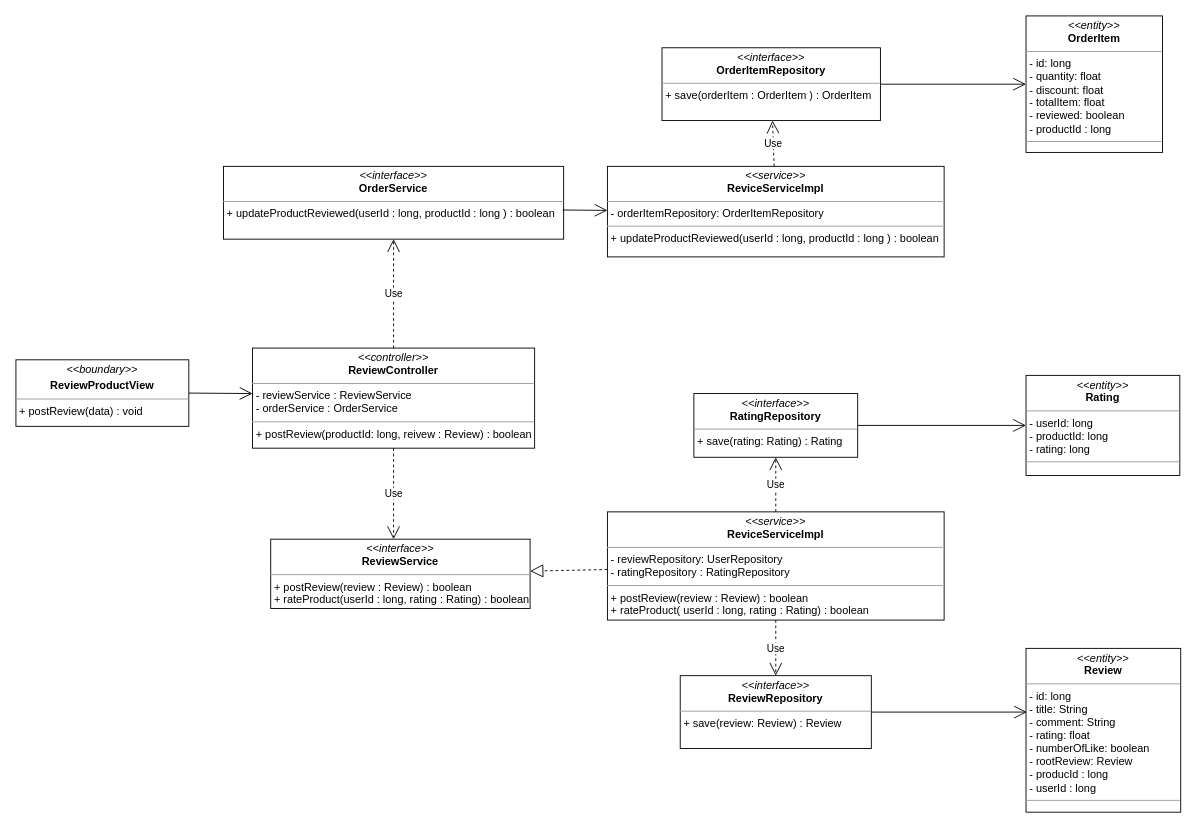
Earlier version of the draw.io diagram class diagram/review-product-class-diagram.drawio (nguyenphamvan/datn_20202). Source tidied: cells renumbered, new cells numbered last; positions are measured from the earlier drawing's top-left corner, leaving out a move shared by most shapes. Both pictures are drawn from the tidied source at 91%, with x=0, y=0 at pixel (15, 15).
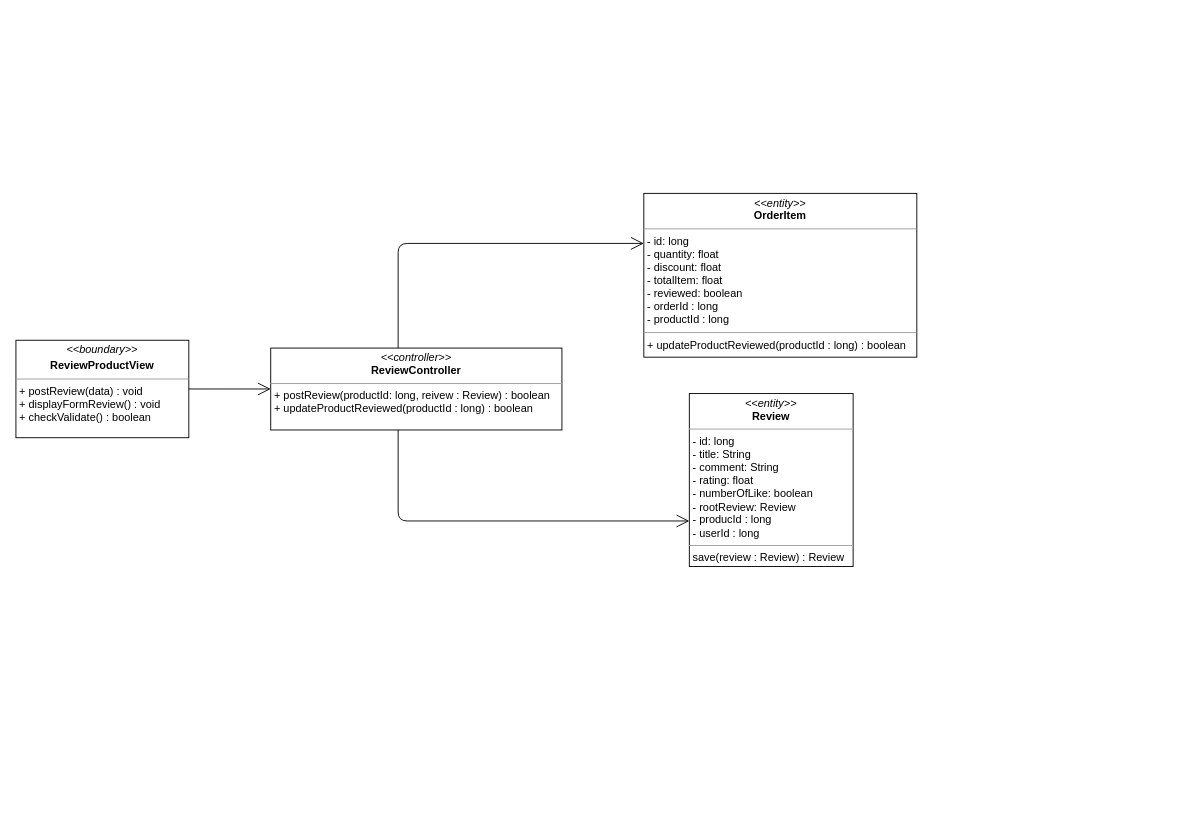
The same diagram, later.

The edit, as a diff of the source:
```diff
@@
-    <mxCell id="2" value="&lt;p style=&quot;margin: 0px ; margin-top: 4px ; text-align: center&quot;&gt;&lt;i&gt;&amp;lt;&amp;lt;boundary&amp;gt;&amp;gt;&lt;/i&gt;&lt;/p&gt;&lt;p style=&quot;margin: 0px ; margin-top: 4px ; text-align: center&quot;&gt;&lt;b&gt;ReviewProductView&lt;/b&gt;&lt;/p&gt;&lt;hr size=&quot;1&quot;&gt;&lt;p style=&quot;margin: 0px ; margin-left: 4px&quot;&gt;&lt;span&gt;+ postReview(data) : void&lt;/span&gt;&lt;br&gt;&lt;/p&gt;" style="verticalAlign=top;align=left;overflow=fill;fontSize=12;fontFamily=Helvetica;html=1;" parent="1" vertex="1">
-      <mxGeometry y="377.9" width="190" height="73.1" as="geometry" />
+    <mxCell id="2" value="&lt;p style=&quot;margin: 0px ; margin-top: 4px ; text-align: center&quot;&gt;&lt;i&gt;&amp;lt;&amp;lt;boundary&amp;gt;&amp;gt;&lt;/i&gt;&lt;/p&gt;&lt;p style=&quot;margin: 0px ; margin-top: 4px ; text-align: center&quot;&gt;&lt;b&gt;ReviewProductView&lt;/b&gt;&lt;/p&gt;&lt;hr size=&quot;1&quot;&gt;&lt;p style=&quot;margin: 0px ; margin-left: 4px&quot;&gt;&lt;span&gt;+ postReview(data) : void&lt;/span&gt;&lt;br&gt;&lt;/p&gt;&lt;p style=&quot;margin: 0px ; margin-left: 4px&quot;&gt;&lt;span&gt;+ displayFormReview() : void&lt;/span&gt;&lt;/p&gt;&lt;p style=&quot;margin: 0px ; margin-left: 4px&quot;&gt;+ checkValidate() : boolean&lt;/p&gt;" style="verticalAlign=top;align=left;overflow=fill;fontSize=12;fontFamily=Helvetica;html=1;" parent="1" vertex="1">
+      <mxGeometry y="356.4" width="190" height="107.1" as="geometry" />
     </mxCell>
-    <mxCell id="3" value="&lt;p style=&quot;margin: 0px ; margin-top: 4px ; text-align: center&quot;&gt;&lt;i&gt;&amp;lt;&amp;lt;interface&amp;gt;&amp;gt;&lt;/i&gt;&lt;br&gt;&lt;b&gt;OrderService&lt;/b&gt;&lt;/p&gt;&lt;hr size=&quot;1&quot;&gt;&lt;p style=&quot;margin: 0px ; margin-left: 4px&quot;&gt;&lt;span&gt;+ updateProductReviewed(userId : long, productId : long ) : boolean&lt;/span&gt;&lt;br&gt;&lt;/p&gt;" style="verticalAlign=top;align=left;overflow=fill;fontSize=12;fontFamily=Helvetica;html=1;" parent="1" vertex="1">
-      <mxGeometry x="228.1" y="165.3" width="373.8" height="80" as="geometry" />
-    </mxCell>
-    <mxCell id="4" value="&lt;p style=&quot;margin: 0px ; margin-top: 4px ; text-align: center&quot;&gt;&lt;i&gt;&amp;lt;&amp;lt;entity&amp;gt;&amp;gt;&lt;/i&gt;&lt;br&gt;&lt;b&gt;OrderItem&lt;/b&gt;&lt;/p&gt;&lt;hr size=&quot;1&quot;&gt;&lt;p style=&quot;margin: 0px ; margin-left: 4px&quot;&gt;- id: long&lt;/p&gt;&lt;p style=&quot;margin: 0px ; margin-left: 4px&quot;&gt;- quantity: float&lt;br&gt;- discount: float&lt;/p&gt;&lt;p style=&quot;margin: 0px ; margin-left: 4px&quot;&gt;- totalItem: float&lt;/p&gt;&lt;p style=&quot;margin: 0px ; margin-left: 4px&quot;&gt;- reviewed: boolean&lt;/p&gt;&lt;p style=&quot;margin: 0px ; margin-left: 4px&quot;&gt;- productId : long&lt;/p&gt;&lt;hr size=&quot;1&quot;&gt;&lt;p style=&quot;margin: 0px ; margin-left: 4px&quot;&gt;&lt;br&gt;&lt;/p&gt;&lt;p style=&quot;margin: 0px ; margin-left: 4px&quot;&gt;&lt;br&gt;&lt;/p&gt;" style="verticalAlign=top;align=left;overflow=fill;fontSize=12;fontFamily=Helvetica;html=1;" parent="1" vertex="1">
-      <mxGeometry x="1110" width="150" height="150" as="geometry" />
+    <mxCell id="4" value="&lt;p style=&quot;margin: 0px ; margin-top: 4px ; text-align: center&quot;&gt;&lt;i&gt;&amp;lt;&amp;lt;entity&amp;gt;&amp;gt;&lt;/i&gt;&lt;br&gt;&lt;b&gt;OrderItem&lt;/b&gt;&lt;/p&gt;&lt;hr size=&quot;1&quot;&gt;&lt;p style=&quot;margin: 0px ; margin-left: 4px&quot;&gt;- id: long&lt;/p&gt;&lt;p style=&quot;margin: 0px ; margin-left: 4px&quot;&gt;- quantity: float&lt;br&gt;- discount: float&lt;/p&gt;&lt;p style=&quot;margin: 0px ; margin-left: 4px&quot;&gt;- totalItem: float&lt;/p&gt;&lt;p style=&quot;margin: 0px ; margin-left: 4px&quot;&gt;- reviewed: boolean&lt;/p&gt;&lt;p style=&quot;margin: 0px ; margin-left: 4px&quot;&gt;- orderId : long&lt;/p&gt;&lt;p style=&quot;margin: 0px ; margin-left: 4px&quot;&gt;- productId : long&lt;/p&gt;&lt;hr size=&quot;1&quot;&gt;&lt;p style=&quot;margin: 0px ; margin-left: 4px&quot;&gt;+ updateProductReviewed(productId : long) : boolean&lt;/p&gt;&lt;p style=&quot;margin: 0px ; margin-left: 4px&quot;&gt;&lt;br&gt;&lt;/p&gt;" style="verticalAlign=top;align=left;overflow=fill;fontSize=12;fontFamily=Helvetica;html=1;" parent="1" vertex="1">
+      <mxGeometry x="690" y="195" width="300" height="180" as="geometry" />
     </mxCell>
-    <mxCell id="5" style="endArrow=open;endFill=1;endSize=12;html=1;exitX=1;exitY=0.5;exitDx=0;exitDy=0;" parent="1" edge="1" source="2">
-      <mxGeometry relative="1" as="geometry">
-        <mxPoint x="260" y="415" as="targetPoint" />
-      </mxGeometry>
+    <mxCell id="5" style="endArrow=open;endFill=1;endSize=12;html=1;exitX=1;exitY=0.5;exitDx=0;exitDy=0;" parent="1" edge="1" source="2" target="9">
+      <mxGeometry relative="1" as="geometry" />
     </mxCell>
-    <mxCell id="6" value="&lt;p style=&quot;margin: 0px ; margin-top: 4px ; text-align: center&quot;&gt;&lt;i&gt;&amp;lt;&amp;lt;interface&amp;gt;&amp;gt;&lt;/i&gt;&lt;br&gt;&lt;b&gt;ReviewService&lt;/b&gt;&lt;/p&gt;&lt;hr size=&quot;1&quot;&gt;&lt;p style=&quot;margin: 0px ; margin-left: 4px&quot;&gt;+ postReview(review : Review) : boolean&lt;/p&gt;&lt;p style=&quot;margin: 0px ; margin-left: 4px&quot;&gt;+ rateProduct(userId : long, rating : Rating) : boolean&lt;/p&gt;" style="verticalAlign=top;align=left;overflow=fill;fontSize=12;fontFamily=Helvetica;html=1;" parent="1" vertex="1">
-      <mxGeometry x="280" y="575" width="285" height="76.2" as="geometry" />
-    </mxCell>
-    <mxCell id="7" value="&lt;p style=&quot;margin: 0px ; margin-top: 4px ; text-align: center&quot;&gt;&lt;i&gt;&amp;lt;&amp;lt;entity&amp;gt;&amp;gt;&lt;/i&gt;&lt;br&gt;&lt;b&gt;Review&lt;/b&gt;&lt;/p&gt;&lt;hr size=&quot;1&quot;&gt;&lt;p style=&quot;margin: 0px ; margin-left: 4px&quot;&gt;- id: long&lt;/p&gt;&lt;p style=&quot;margin: 0px ; margin-left: 4px&quot;&gt;- title: String&lt;br&gt;- comment: String&lt;/p&gt;&lt;p style=&quot;margin: 0px ; margin-left: 4px&quot;&gt;- rating: float&lt;/p&gt;&lt;p style=&quot;margin: 0px ; margin-left: 4px&quot;&gt;- numberOfLike: boolean&lt;/p&gt;&lt;p style=&quot;margin: 0px ; margin-left: 4px&quot;&gt;- rootReview: Review&lt;/p&gt;&lt;p style=&quot;margin: 0px ; margin-left: 4px&quot;&gt;- producId : long&lt;/p&gt;&lt;p style=&quot;margin: 0px ; margin-left: 4px&quot;&gt;- userId : long&lt;/p&gt;&lt;hr size=&quot;1&quot;&gt;&lt;p style=&quot;margin: 0px ; margin-left: 4px&quot;&gt;&lt;br&gt;&lt;/p&gt;" style="verticalAlign=top;align=left;overflow=fill;fontSize=12;fontFamily=Helvetica;html=1;" parent="1" vertex="1">
-      <mxGeometry x="1110" y="695" width="170" height="180" as="geometry" />
+    <mxCell id="7" value="&lt;p style=&quot;margin: 0px ; margin-top: 4px ; text-align: center&quot;&gt;&lt;i&gt;&amp;lt;&amp;lt;entity&amp;gt;&amp;gt;&lt;/i&gt;&lt;br&gt;&lt;b&gt;Review&lt;/b&gt;&lt;/p&gt;&lt;hr size=&quot;1&quot;&gt;&lt;p style=&quot;margin: 0px ; margin-left: 4px&quot;&gt;- id: long&lt;/p&gt;&lt;p style=&quot;margin: 0px ; margin-left: 4px&quot;&gt;- title: String&lt;br&gt;- comment: String&lt;/p&gt;&lt;p style=&quot;margin: 0px ; margin-left: 4px&quot;&gt;- rating: float&lt;/p&gt;&lt;p style=&quot;margin: 0px ; margin-left: 4px&quot;&gt;- numberOfLike: boolean&lt;/p&gt;&lt;p style=&quot;margin: 0px ; margin-left: 4px&quot;&gt;- rootReview: Review&lt;/p&gt;&lt;p style=&quot;margin: 0px ; margin-left: 4px&quot;&gt;- producId : long&lt;/p&gt;&lt;p style=&quot;margin: 0px ; margin-left: 4px&quot;&gt;- userId : long&lt;/p&gt;&lt;hr size=&quot;1&quot;&gt;&lt;p style=&quot;margin: 0px ; margin-left: 4px&quot;&gt;save(review : Review) : Review&lt;/p&gt;" style="verticalAlign=top;align=left;overflow=fill;fontSize=12;fontFamily=Helvetica;html=1;" parent="1" vertex="1">
+      <mxGeometry x="740" y="415" width="180" height="190" as="geometry" />
     </mxCell>
-    <mxCell id="8" value="&lt;p style=&quot;margin: 0px ; margin-top: 4px ; text-align: center&quot;&gt;&lt;i&gt;&amp;lt;&amp;lt;entity&amp;gt;&amp;gt;&lt;/i&gt;&lt;br&gt;&lt;b&gt;Rating&lt;/b&gt;&lt;/p&gt;&lt;hr size=&quot;1&quot;&gt;&lt;p style=&quot;margin: 0px ; margin-left: 4px&quot;&gt;- userId: long&lt;/p&gt;&lt;p style=&quot;margin: 0px ; margin-left: 4px&quot;&gt;- productId: long&lt;br&gt;- rating: long&lt;/p&gt;&lt;hr size=&quot;1&quot;&gt;&lt;p style=&quot;margin: 0px ; margin-left: 4px&quot;&gt;&lt;br&gt;&lt;/p&gt;" style="verticalAlign=top;align=left;overflow=fill;fontSize=12;fontFamily=Helvetica;html=1;" parent="1" vertex="1">
-      <mxGeometry x="1110" y="395" width="169" height="110" as="geometry" />
-    </mxCell>
-    <mxCell id="9" value="&lt;p style=&quot;margin: 0px ; margin-top: 4px ; text-align: center&quot;&gt;&lt;i&gt;&amp;lt;&amp;lt;controller&amp;gt;&amp;gt;&lt;/i&gt;&lt;br&gt;&lt;b&gt;ReviewController&lt;/b&gt;&lt;br&gt;&lt;/p&gt;&lt;hr size=&quot;1&quot;&gt;&lt;p style=&quot;margin: 0px ; margin-left: 4px&quot;&gt;- reviewService : ReviewService&lt;/p&gt;&lt;p style=&quot;margin: 0px ; margin-left: 4px&quot;&gt;- orderService : OrderService&lt;/p&gt;&lt;hr size=&quot;1&quot;&gt;&lt;p style=&quot;margin: 0px ; margin-left: 4px&quot;&gt;+ postReview(productId: long, reivew : Review) : boolean&lt;/p&gt;" style="verticalAlign=top;align=left;overflow=fill;fontSize=12;fontFamily=Helvetica;html=1;" parent="1" vertex="1">
-      <mxGeometry x="260" y="365" width="310" height="110" as="geometry" />
+    <mxCell id="9" value="&lt;p style=&quot;margin: 0px ; margin-top: 4px ; text-align: center&quot;&gt;&lt;i&gt;&amp;lt;&amp;lt;controller&amp;gt;&amp;gt;&lt;/i&gt;&lt;br&gt;&lt;b&gt;ReviewController&lt;/b&gt;&lt;br&gt;&lt;/p&gt;&lt;hr size=&quot;1&quot;&gt;&lt;p style=&quot;margin: 0px ; margin-left: 4px&quot;&gt;&lt;span&gt;+ postReview(productId: long, reivew : Review) : boolean&lt;/span&gt;&lt;br&gt;&lt;/p&gt;&lt;p style=&quot;margin: 0px ; margin-left: 4px&quot;&gt;&lt;span&gt;+ updateProductReviewed(productId : long) : boolean&lt;/span&gt;&lt;/p&gt;" style="verticalAlign=top;align=left;overflow=fill;fontSize=12;fontFamily=Helvetica;html=1;" parent="1" vertex="1">
+      <mxGeometry x="280" y="365" width="320" height="90" as="geometry" />
     </mxCell>
-    <mxCell id="10" value="&lt;p style=&quot;margin: 0px ; margin-top: 4px ; text-align: center&quot;&gt;&lt;i&gt;&amp;lt;&amp;lt;service&amp;gt;&amp;gt;&lt;/i&gt;&lt;br&gt;&lt;b&gt;ReviceServiceImpl&lt;/b&gt;&lt;br&gt;&lt;/p&gt;&lt;hr size=&quot;1&quot;&gt;&lt;p style=&quot;margin: 0px ; margin-left: 4px&quot;&gt;- reviewRepository: UserRepository&lt;/p&gt;&lt;p style=&quot;margin: 0px ; margin-left: 4px&quot;&gt;- ratingRepository : RatingRepository&lt;/p&gt;&lt;hr size=&quot;1&quot;&gt;&lt;p style=&quot;margin: 0px ; margin-left: 4px&quot;&gt;+ postReview(review : Review) : boolean&lt;br&gt;&lt;/p&gt;&lt;p style=&quot;margin: 0px ; margin-left: 4px&quot;&gt;+ rateProduct( userId : long, rating : Rating) : boolean&lt;/p&gt;" style="verticalAlign=top;align=left;overflow=fill;fontSize=12;fontFamily=Helvetica;html=1;" parent="1" vertex="1">
-      <mxGeometry x="650" y="545" width="370" height="118.9" as="geometry" />
-    </mxCell>
-    <mxCell id="11" style="endArrow=block;dashed=1;endFill=0;endSize=12;html=1;strokeColor=#000000;" parent="1" edge="1" source="10" target="6">
-      <mxGeometry relative="1" as="geometry" />
-    </mxCell>
-    <mxCell id="12" value="Use" style="endArrow=open;endSize=12;dashed=1;html=1;strokeColor=#000000;edgeStyle=orthogonalEdgeStyle;" parent="1" edge="1" source="9" target="6">
-      <mxGeometry relative="1" as="geometry">
-        <Array as="points">
-          <mxPoint x="415" y="613" />
-        </Array>
-      </mxGeometry>
-    </mxCell>
-    <mxCell id="13" value="&lt;p style=&quot;margin: 0px ; margin-top: 4px ; text-align: center&quot;&gt;&lt;i&gt;&amp;lt;&amp;lt;service&amp;gt;&amp;gt;&lt;/i&gt;&lt;br&gt;&lt;b&gt;ReviceServiceImpl&lt;/b&gt;&lt;br&gt;&lt;/p&gt;&lt;hr size=&quot;1&quot;&gt;&lt;p style=&quot;margin: 0px ; margin-left: 4px&quot;&gt;- orderItemRepository: OrderItemRepository&lt;/p&gt;&lt;hr size=&quot;1&quot;&gt;&lt;p style=&quot;margin: 0px ; margin-left: 4px&quot;&gt;+ updateProductReviewed(userId : long, productId : long ) : boolean&lt;br&gt;&lt;/p&gt;" style="verticalAlign=top;align=left;overflow=fill;fontSize=12;fontFamily=Helvetica;html=1;" parent="1" vertex="1">
-      <mxGeometry x="650" y="165.3" width="370" height="99.5" as="geometry" />
-    </mxCell>
-    <mxCell id="14" value="Use" style="endArrow=open;endSize=12;dashed=1;html=1;strokeColor=#000000;" parent="1" edge="1" source="9" target="3">
-      <mxGeometry relative="1" as="geometry" />
-    </mxCell>
-    <mxCell id="15" style="endArrow=open;endFill=1;endSize=12;html=1;strokeColor=#000000;exitX=0.997;exitY=0.6;exitDx=0;exitDy=0;exitPerimeter=0;" parent="1" edge="1" source="3" target="13">
-      <mxGeometry relative="1" as="geometry" />
-    </mxCell>
-    <mxCell id="16" style="endArrow=open;endFill=1;endSize=12;html=1;strokeColor=#000000;exitX=1;exitY=0.5;exitDx=0;exitDy=0;" parent="1" edge="1" source="17" target="4">
-      <mxGeometry relative="1" as="geometry" />
-    </mxCell>
-    <mxCell id="17" value="&lt;p style=&quot;margin: 0px ; margin-top: 4px ; text-align: center&quot;&gt;&lt;i&gt;&amp;lt;&amp;lt;interface&amp;gt;&amp;gt;&lt;/i&gt;&lt;br&gt;&lt;b&gt;OrderItemRepository&lt;/b&gt;&lt;/p&gt;&lt;hr size=&quot;1&quot;&gt;&lt;p style=&quot;margin: 0px ; margin-left: 4px&quot;&gt;&lt;span&gt;+ save(orderItem : OrderItem ) : OrderItem&lt;/span&gt;&lt;br&gt;&lt;/p&gt;" style="verticalAlign=top;align=left;overflow=fill;fontSize=12;fontFamily=Helvetica;html=1;" parent="1" vertex="1">
-      <mxGeometry x="710" y="35" width="240" height="80" as="geometry" />
-    </mxCell>
-    <mxCell id="18" value="&lt;p style=&quot;margin: 0px ; margin-top: 4px ; text-align: center&quot;&gt;&lt;i&gt;&amp;lt;&amp;lt;interface&amp;gt;&amp;gt;&lt;/i&gt;&lt;br&gt;&lt;b&gt;RatingRepository&lt;/b&gt;&lt;/p&gt;&lt;hr size=&quot;1&quot;&gt;&lt;p style=&quot;margin: 0px ; margin-left: 4px&quot;&gt;&lt;span&gt;+ save(rating: Rating) : Rating&lt;/span&gt;&lt;br&gt;&lt;/p&gt;" style="verticalAlign=top;align=left;overflow=fill;fontSize=12;fontFamily=Helvetica;html=1;" parent="1" vertex="1">
-      <mxGeometry x="745" y="415" width="180" height="70" as="geometry" />
-    </mxCell>
-    <mxCell id="19" value="&lt;p style=&quot;margin: 0px ; margin-top: 4px ; text-align: center&quot;&gt;&lt;i&gt;&amp;lt;&amp;lt;interface&amp;gt;&amp;gt;&lt;/i&gt;&lt;br&gt;&lt;b&gt;ReviewRepository&lt;/b&gt;&lt;/p&gt;&lt;hr size=&quot;1&quot;&gt;&lt;p style=&quot;margin: 0px ; margin-left: 4px&quot;&gt;&lt;span&gt;+ save(review: Review) : Review&lt;/span&gt;&lt;br&gt;&lt;/p&gt;" style="verticalAlign=top;align=left;overflow=fill;fontSize=12;fontFamily=Helvetica;html=1;" parent="1" vertex="1">
-      <mxGeometry x="730" y="725" width="210" height="80" as="geometry" />
-    </mxCell>
-    <mxCell id="20" value="Use" style="endArrow=open;endSize=12;dashed=1;html=1;strokeColor=#000000;entryX=0.5;entryY=1;entryDx=0;entryDy=0;" parent="1" edge="1" source="10" target="18">
-      <mxGeometry relative="1" as="geometry" />
-    </mxCell>
-    <mxCell id="21" value="Use" style="endArrow=open;endSize=12;dashed=1;html=1;strokeColor=#000000;" parent="1" edge="1" source="10" target="19">
-      <mxGeometry relative="1" as="geometry" />
-    </mxCell>
-    <mxCell id="22" style="endArrow=open;endFill=1;endSize=12;html=1;strokeColor=#000000;entryX=0.006;entryY=0.389;entryDx=0;entryDy=0;entryPerimeter=0;" parent="1" edge="1" source="19" target="7">
-      <mxGeometry relative="1" as="geometry" />
+    <mxCell id="22" style="endArrow=open;endFill=1;endSize=12;html=1;strokeColor=#000000;edgeStyle=orthogonalEdgeStyle;" parent="1" edge="1" source="9" target="7">
+      <mxGeometry relative="1" as="geometry">
+        <Array as="points">
+          <mxPoint x="420" y="555" />
+          <mxPoint x="820" y="555" />
+          <mxPoint x="820" y="475" />
+        </Array>
+      </mxGeometry>
     </mxCell>
-    <mxCell id="23" style="endArrow=open;endFill=1;endSize=12;html=1;strokeColor=#000000;" parent="1" edge="1" source="18" target="8">
-      <mxGeometry relative="1" as="geometry" />
-    </mxCell>
-    <mxCell id="24" value="Use" style="endArrow=open;endSize=12;dashed=1;html=1;strokeColor=#000000;" parent="1" edge="1" source="13" target="17">
-      <mxGeometry relative="1" as="geometry" />
-    </mxCell>
+    <mxCell id="25" style="endArrow=open;endFill=1;endSize=12;html=1;edgeStyle=orthogonalEdgeStyle;" parent="1" edge="1" source="9" target="4">
+      <mxGeometry relative="1" as="geometry">
+        <Array as="points">
+          <mxPoint x="420" y="250" />
+        </Array>
+      </mxGeometry>
+    </mxCell>
```
